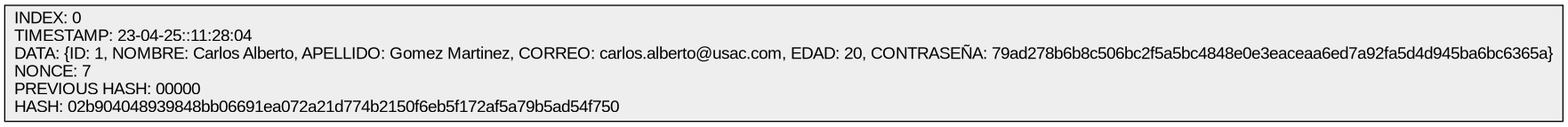
The Graphviz diagram Fase3/AutoGestPro/Reportes/ReporteUsuarios.png in 0520Jose/-EDD-1S2025_202300539, before a commit. Its source is kept beside it as Fase3/AutoGestPro/Reportes/ReporteUsuarios.dot.
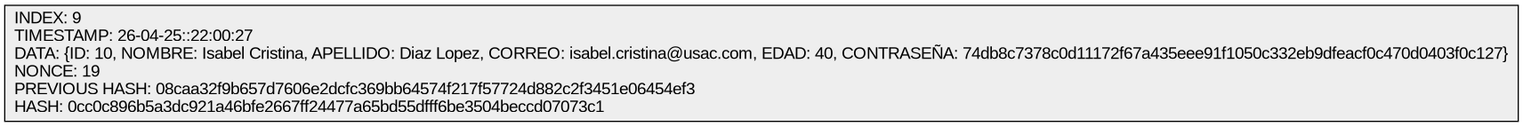
The same file after the commit.

What changed in the source:
```diff
@@ -21,12 +21,12 @@
 edge [headlabel=""];
 edge [label=""];
 edge [weight="1"];
-"0" [label="{
-INDEX: 0\l
-TIMESTAMP: 23-04-25::11:28:04\l
-DATA: \{ID: 1, NOMBRE: Carlos Alberto, APELLIDO: Gomez Martinez, CORREO: carlos.alberto@usac.com, EDAD: 20, CONTRASEÑA: 79ad278b6b8c506bc2f5a5bc4848e0e3eaceaa6ed7a92fa5d4d945ba6bc6365a\}\l
-NONCE: 7\l
-PREVIOUS HASH: 00000\l
-HASH: 02b904048939848bb06691ea072a21d774b2150f6eb5f172af5a79b5ad54f750\l
+"9" [label="{
+INDEX: 9\l
+TIMESTAMP: 26-04-25::22:00:27\l
+DATA: \{ID: 10, NOMBRE: Isabel Cristina, APELLIDO: Diaz Lopez, CORREO: isabel.cristina@usac.com, EDAD: 40, CONTRASEÑA: 74db8c7378c0d11172f67a435eee91f1050c332eb9dfeacf0c470d0403f0c127\}\l
+NONCE: 19\l
+PREVIOUS HASH: 08caa32f9b657d7606e2dcfc369bb64574f217f57724d882c2f3451e06454ef3\l
+HASH: 0cc0c896b5a3dc921a46bfe2667ff24477a65bd55dfff6be3504beccd07073c1\l
 }"]
 }
```
